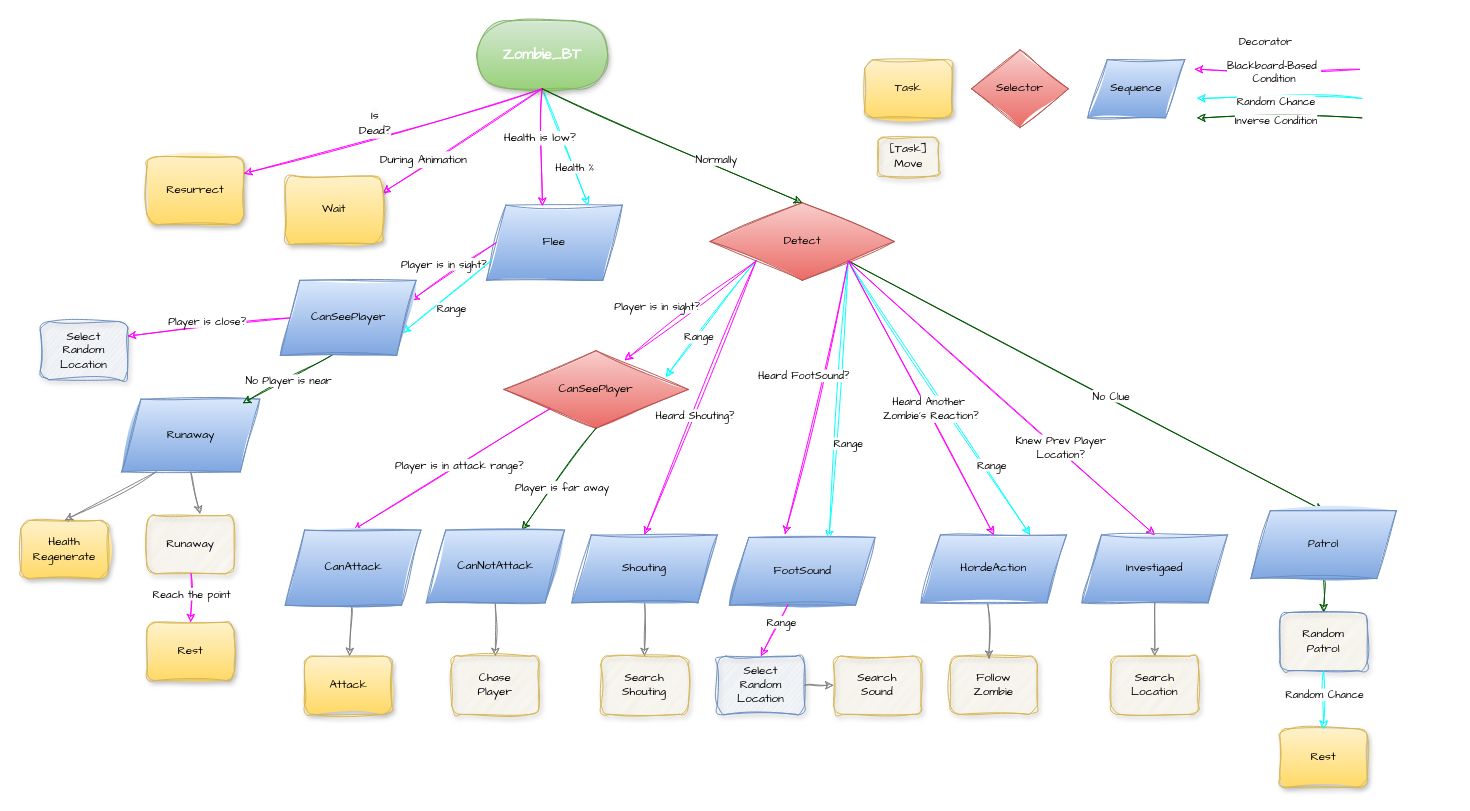
2023gamedev/project keeps this draw.io diagram as JungSeungWon/기타/Zombie_BT.drawio. Above is the earlier version. Source tidied: cells renumbered, new cells numbered last; positions are measured from the earlier drawing's top-left corner, leaving out a move shared by most shapes. Both pictures are drawn from the tidied source at 97%, with x=0, y=0 at pixel (20, 20).
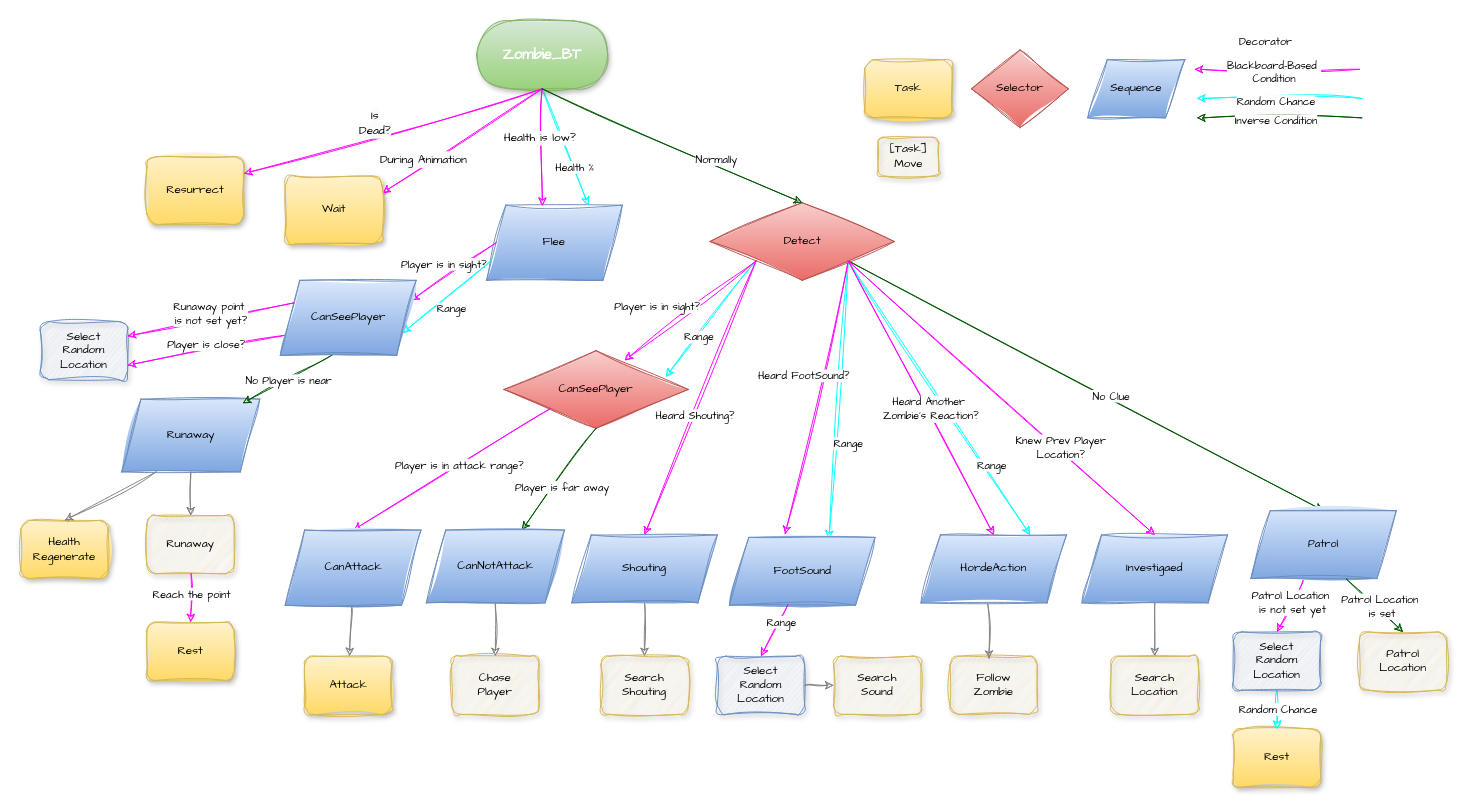
After the change.

The change refers to these unchanged cells:
```xml
<mxCell id="35" value="&lt;span style=&quot;font-size: 11px; text-wrap-mode: nowrap;&quot;&gt;Patrol&lt;/span&gt;" style="shape=parallelogram;perimeter=parallelogramPerimeter;whiteSpace=wrap;html=1;fixedSize=1;sketch=1;hachureGap=4;jiggle=2;curveFitting=1;fontFamily=Architects Daughter;fillColor=#dae8fc;gradientColor=#7ea6e0;strokeColor=#6c8ebf;align=center;verticalAlign=middle;fontSize=12;fontColor=default;" parent="1" vertex="1">
  <mxGeometry x="1268" y="505" width="150" height="70" as="geometry" />
</mxCell>
<mxCell id="59" value="&lt;div&gt;Runaway&lt;/div&gt;" style="whiteSpace=wrap;html=1;rounded=1;shadow=1;labelBackgroundColor=none;strokeWidth=1;fontFamily=Architects Daughter;fontSize=12;align=center;sketch=1;curveFitting=1;jiggle=2;fillColor=#fff2cc;gradientColor=#ffd966;strokeColor=#d6b656;fillStyle=hachure;verticalAlign=middle;fontColor=default;" parent="1" vertex="1">
  <mxGeometry x="130" y="510" width="90" height="60" as="geometry" />
</mxCell>
<mxCell id="80" value="&lt;div&gt;Select&lt;br&gt;Random&lt;br&gt;Location&lt;/div&gt;" style="whiteSpace=wrap;html=1;rounded=1;shadow=1;labelBackgroundColor=none;strokeWidth=1;fontFamily=Architects Daughter;fontSize=12;align=center;sketch=1;curveFitting=1;jiggle=2;fillColor=#dae8fc;strokeColor=#6C8EBF;" parent="1" vertex="1">
  <mxGeometry x="20" y="310" width="90" height="60" as="geometry" />
</mxCell>
<mxCell id="87" value="Runaway" style="shape=parallelogram;perimeter=parallelogramPerimeter;whiteSpace=wrap;html=1;fixedSize=1;sketch=1;hachureGap=4;jiggle=2;curveFitting=1;fontFamily=Architects Daughter;fillColor=#dae8fc;gradientColor=#7ea6e0;strokeColor=#6c8ebf;align=center;verticalAlign=middle;fontSize=12;fontColor=default;" parent="1" vertex="1">
  <mxGeometry x="103.8" y="390" width="142.5" height="75" as="geometry" />
</mxCell>
<mxCell id="96" value="CanSeePlayer" style="shape=parallelogram;perimeter=parallelogramPerimeter;whiteSpace=wrap;html=1;fixedSize=1;sketch=1;hachureGap=4;jiggle=2;curveFitting=1;fontFamily=Architects Daughter;fillColor=#dae8fc;gradientColor=#7ea6e0;strokeColor=#6c8ebf;" parent="1" vertex="1">
  <mxGeometry x="267.5" y="267.5" width="140" height="77.5" as="geometry" />
</mxCell>
```

Diff of the diagram source:
```diff
@@
-    <mxCell id="34" style="rounded=0;sketch=1;hachureGap=4;jiggle=2;curveFitting=1;jettySize=auto;html=1;exitX=0.5;exitY=1;exitDx=0;exitDy=0;entryX=0.5;entryY=0;entryDx=0;entryDy=0;fontFamily=Architects Daughter;strokeColor=#005700;fillColor=#008a00;" parent="1" edge="1" source="35" target="47">
+    <mxCell id="34" style="rounded=0;sketch=1;hachureGap=4;jiggle=2;curveFitting=1;jettySize=auto;html=1;exitX=0.36;exitY=1.027;exitDx=0;exitDy=0;entryX=0.5;entryY=0;entryDx=0;entryDy=0;fontFamily=Architects Daughter;strokeColor=#FF00FF;fillColor=#008a00;exitPerimeter=0;" parent="1" edge="1" source="35" target="101">
       <mxGeometry relative="1" as="geometry" />
     </mxCell>
+    <mxCell id="97" value="Patrol Location&amp;nbsp;&lt;div&gt;is not set yet&lt;/div&gt;" style="edgeLabel;html=1;align=center;verticalAlign=middle;sketch=1;hachureGap=4;jiggle=2;curveFitting=1;fontFamily=Architects Daughter;" parent="34" vertex="1">
+      <mxGeometry x="-0.15" relative="1" as="geometry" />
+    </mxCell>
@@
-    <mxCell id="47" value="&lt;div&gt;Random&lt;br&gt;Patrol&lt;/div&gt;" style="whiteSpace=wrap;html=1;rounded=1;shadow=1;labelBackgroundColor=none;strokeWidth=1;fontFamily=Architects Daughter;fontSize=12;align=center;sketch=1;curveFitting=1;jiggle=2;fillColor=#fff2cc;gradientColor=#ffd966;strokeColor=#6C8EBF;fillStyle=hachure;verticalAlign=middle;fontColor=default;" parent="1" vertex="1">
-      <mxGeometry x="1298" y="610" width="90" height="60" as="geometry" />
-    </mxCell>
@@
     <mxCell id="50" value="Rest" style="whiteSpace=wrap;html=1;rounded=1;shadow=1;labelBackgroundColor=none;strokeWidth=1;fontFamily=Architects Daughter;fontSize=12;align=center;sketch=1;curveFitting=1;jiggle=2;fillColor=#fff2cc;gradientColor=#ffd966;strokeColor=#d6b656;" parent="1" vertex="1">
-      <mxGeometry x="1298" y="730" width="90" height="60" as="geometry" />
+      <mxGeometry x="1250" y="730" width="90" height="60" as="geometry" />
     </mxCell>
-    <mxCell id="51" style="rounded=0;sketch=1;hachureGap=4;jiggle=2;curveFitting=1;jettySize=auto;html=1;entryX=0.5;entryY=0;entryDx=0;entryDy=0;fontFamily=Architects Daughter;fillColor=#d5e8d4;gradientColor=#97d077;strokeColor=#00FFFF;exitX=0.5;exitY=1;exitDx=0;exitDy=0;" parent="1" edge="1" source="47" target="50">
+    <mxCell id="51" style="rounded=0;sketch=1;hachureGap=4;jiggle=2;curveFitting=1;jettySize=auto;html=1;entryX=0.5;entryY=0;entryDx=0;entryDy=0;fontFamily=Architects Daughter;fillColor=#d5e8d4;gradientColor=#97d077;strokeColor=#00FFFF;exitX=0.5;exitY=1;exitDx=0;exitDy=0;" parent="1" edge="1" source="101" target="50">
       <mxGeometry relative="1" as="geometry" />
     </mxCell>
     <mxCell id="52" value="Random Chance" style="edgeLabel;html=1;align=center;verticalAlign=middle;sketch=1;hachureGap=4;jiggle=2;curveFitting=1;fontFamily=Architects Daughter;" parent="51" vertex="1">
       <mxGeometry x="0.14" y="3" relative="1" as="geometry">
-        <mxPoint x="-3" y="-10" as="offset" />
+        <mxPoint x="-3" y="-4" as="offset" />
       </mxGeometry>
     </mxCell>
@@
-    <mxCell id="63" style="rounded=0;sketch=1;hachureGap=4;jiggle=2;curveFitting=1;jettySize=auto;html=1;fontFamily=Architects Daughter;fillColor=#f5f5f5;strokeColor=#808080;gradientColor=#b3b3b3;entryX=0.607;entryY=-0.027;entryDx=0;entryDy=0;entryPerimeter=0;exitX=0.5;exitY=1;exitDx=0;exitDy=0;" parent="1" edge="1" source="87" target="59">
+    <mxCell id="63" style="rounded=0;sketch=1;hachureGap=4;jiggle=2;curveFitting=1;jettySize=auto;html=1;fontFamily=Architects Daughter;fillColor=#f5f5f5;strokeColor=#808080;gradientColor=#b3b3b3;entryX=0.5;entryY=0;entryDx=0;entryDy=0;exitX=0.5;exitY=1;exitDx=0;exitDy=0;" parent="1" edge="1" source="87" target="59">
       <mxGeometry relative="1" as="geometry" />
     </mxCell>
@@
-    <mxCell id="81" style="rounded=0;sketch=1;hachureGap=4;jiggle=2;curveFitting=1;jettySize=auto;html=1;exitX=0;exitY=0.5;exitDx=0;exitDy=0;entryX=1;entryY=0.25;entryDx=0;entryDy=0;fontFamily=Architects Daughter;fillColor=#d5e8d4;gradientColor=#97d077;strokeColor=#FF00FF;" parent="1" edge="1" source="96" target="80">
+    <mxCell id="81" style="rounded=0;sketch=1;hachureGap=4;jiggle=2;curveFitting=1;jettySize=auto;html=1;exitX=0;exitY=0.75;exitDx=0;exitDy=0;entryX=1;entryY=0.75;entryDx=0;entryDy=0;fontFamily=Architects Daughter;fillColor=#d5e8d4;gradientColor=#97d077;strokeColor=#FF00FF;" parent="1" edge="1" source="96" target="80">
       <mxGeometry relative="1" as="geometry" />
     </mxCell>
@@
+    <mxCell id="98" style="rounded=0;sketch=1;hachureGap=4;jiggle=2;curveFitting=1;jettySize=auto;html=1;exitX=0;exitY=0.25;exitDx=0;exitDy=0;entryX=1;entryY=0.25;entryDx=0;entryDy=0;fontFamily=Architects Daughter;fillColor=#d5e8d4;gradientColor=#97d077;strokeColor=#FF00FF;" parent="1" edge="1" source="96" target="80">
+      <mxGeometry relative="1" as="geometry" />
+    </mxCell>
+    <mxCell id="99" value="Runaway point&amp;nbsp;&lt;div&gt;is not set yet?&lt;/div&gt;" style="edgeLabel;html=1;align=center;verticalAlign=middle;sketch=1;hachureGap=4;jiggle=2;curveFitting=1;fontFamily=Architects Daughter;" parent="98" vertex="1">
+      <mxGeometry x="-0.08" relative="1" as="geometry">
+        <mxPoint x="-8" y="-5" as="offset" />
+      </mxGeometry>
+    </mxCell>
+    <mxCell id="100" value="Patrol&lt;br&gt;Location" style="whiteSpace=wrap;html=1;rounded=1;shadow=1;labelBackgroundColor=none;strokeWidth=1;fontFamily=Architects Daughter;fontSize=12;align=center;sketch=1;curveFitting=1;jiggle=2;fillColor=#fff2cc;gradientColor=#ffd966;strokeColor=#d6b656;fillStyle=hachure;verticalAlign=middle;fontColor=default;" parent="1" vertex="1">
+      <mxGeometry x="1380" y="630" width="90" height="60" as="geometry" />
+    </mxCell>
+    <mxCell id="101" value="&lt;div&gt;Select&lt;br&gt;Random&lt;br&gt;Location&lt;/div&gt;" style="whiteSpace=wrap;html=1;rounded=1;shadow=1;labelBackgroundColor=none;strokeWidth=1;fontFamily=Architects Daughter;fontSize=12;align=center;sketch=1;curveFitting=1;jiggle=2;fillColor=#dae8fc;strokeColor=#6C8EBF;" parent="1" vertex="1">
+      <mxGeometry x="1250" y="630" width="90" height="60" as="geometry" />
+    </mxCell>
+    <mxCell id="102" style="rounded=0;sketch=1;hachureGap=4;jiggle=2;curveFitting=1;jettySize=auto;html=1;exitX=0.657;exitY=1.007;exitDx=0;exitDy=0;entryX=0.5;entryY=0;entryDx=0;entryDy=0;fontFamily=Architects Daughter;fillColor=#008a00;strokeColor=#005700;exitPerimeter=0;" parent="1" edge="1" source="35" target="100">
+      <mxGeometry relative="1" as="geometry" />
+    </mxCell>
+    <mxCell id="103" value="Patrol Location&lt;div&gt;&amp;nbsp;is set&lt;/div&gt;" style="edgeLabel;html=1;align=center;verticalAlign=middle;sketch=1;hachureGap=4;jiggle=2;curveFitting=1;fontFamily=Architects Daughter;" parent="102" vertex="1">
+      <mxGeometry x="0.1" y="3" relative="1" as="geometry" />
+    </mxCell>
```
